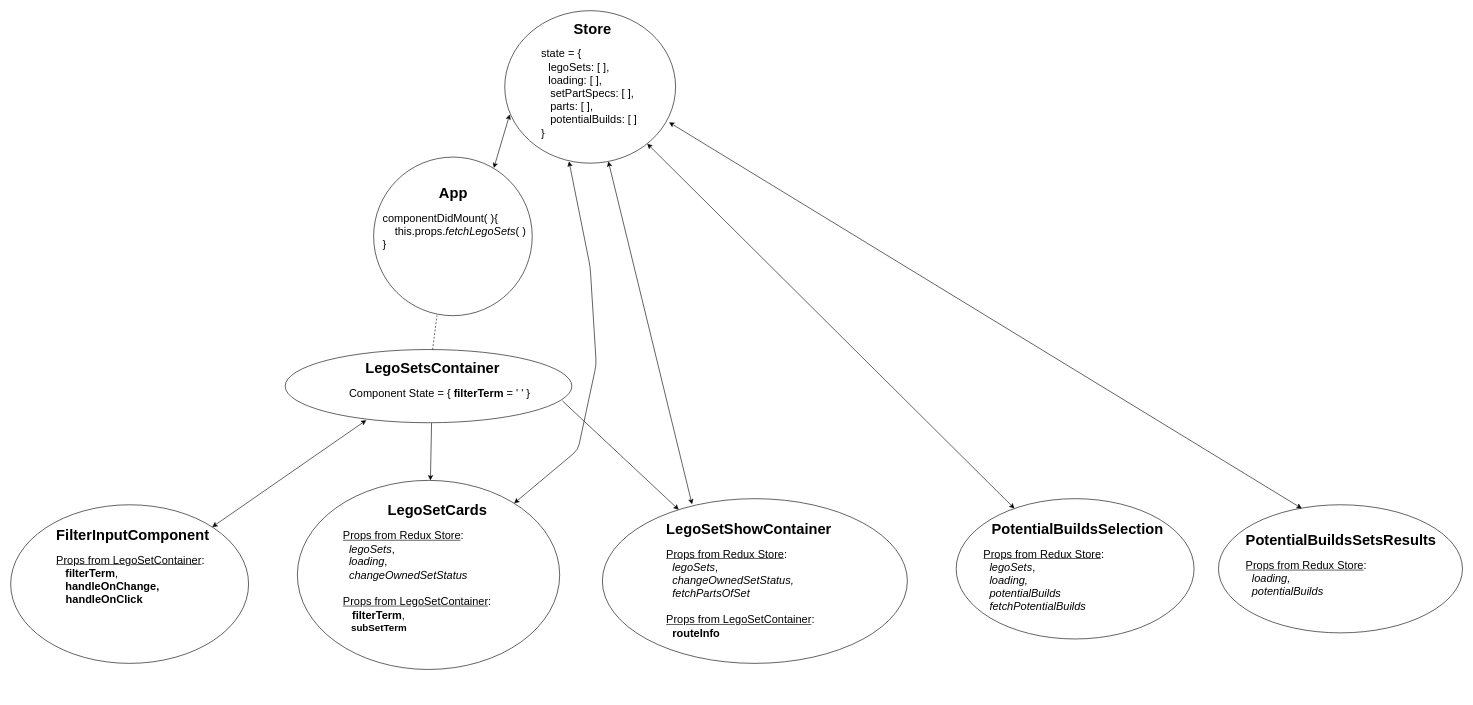
Above: StateTreeDiagram.drawio in DavidRMorphew/my-bricks-app-frontend (draw.io), before the change. Source tidied: cells renumbered, new cells numbered last; positions are measured from the earlier drawing's top-left corner, leaving out a move shared by most shapes. Both pictures are drawn from the tidied source at 61%, with x=0, y=0 at pixel (10, 10).
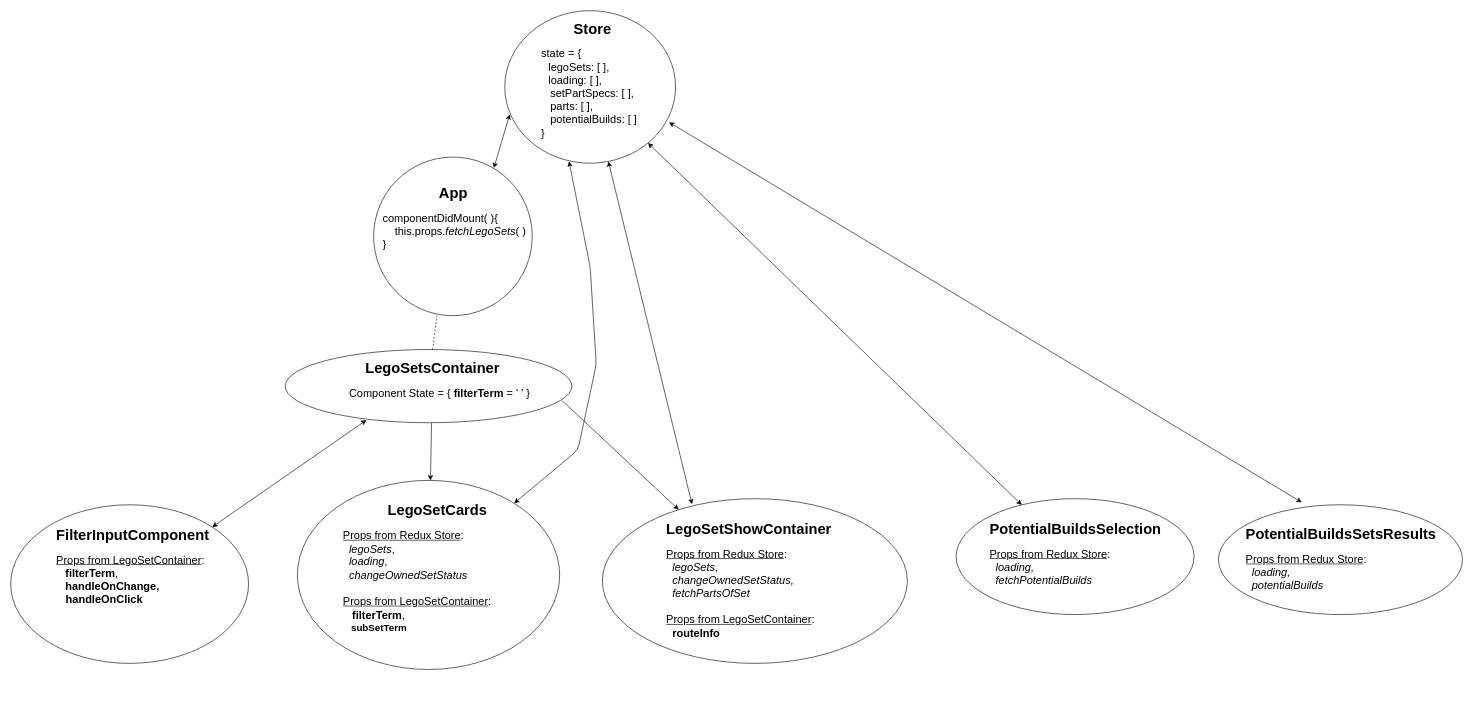
The same page after the edit.

Commit message:
StateTreeDiagram PotentialBuilds components updated

What changed in the source:
```diff
@@
     <mxCell id="21" style="ellipse;whiteSpace=wrap;html=1;" parent="1" vertex="1">
-      <mxGeometry x="1550" y="800" width="390" height="230" as="geometry" />
+      <mxGeometry x="1550" y="800" width="390" height="190" as="geometry" />
     </mxCell>
-    <mxCell id="22" value="&lt;h1&gt;&amp;nbsp; PotentialBuildsSelection&amp;nbsp;&lt;/h1&gt;&lt;h1&gt;&lt;div style=&quot;font-size: 12px ; font-weight: 400&quot;&gt;&lt;div&gt;&lt;font style=&quot;font-size: 18px&quot;&gt;&lt;u&gt;Props from Redux Store&lt;/u&gt;:&amp;nbsp;&lt;/font&gt;&lt;/div&gt;&lt;div&gt;&lt;font style=&quot;font-size: 18px&quot;&gt;&amp;nbsp;&amp;nbsp;&lt;i&gt;legoSets&lt;/i&gt;,&lt;/font&gt;&lt;/div&gt;&lt;div&gt;&lt;font style=&quot;font-size: 18px&quot;&gt;&amp;nbsp; &lt;i&gt;loading,&lt;/i&gt;&lt;/font&gt;&lt;/div&gt;&lt;/div&gt;&lt;div style=&quot;font-size: 12px ; font-weight: 400&quot;&gt;&lt;font style=&quot;font-size: 18px&quot;&gt;&amp;nbsp;&amp;nbsp;&lt;i&gt;potentialBuilds&lt;/i&gt;&lt;/font&gt;&lt;/div&gt;&lt;div style=&quot;font-size: 12px ; font-weight: 400&quot;&gt;&lt;font style=&quot;font-size: 18px&quot;&gt;&lt;i&gt;&amp;nbsp; fetchPotentialBuilds&lt;/i&gt;&lt;/font&gt;&lt;/div&gt;&lt;/h1&gt;&lt;div&gt;&lt;span style=&quot;font-size: 18px ; font-weight: normal&quot;&gt;&lt;br&gt;&lt;/span&gt;&lt;/div&gt;&lt;div&gt;&lt;span style=&quot;font-size: 18px ; font-weight: normal&quot;&gt;&lt;br&gt;&lt;/span&gt;&lt;/div&gt;" style="text;html=1;strokeColor=none;fillColor=none;spacing=5;spacingTop=-20;whiteSpace=wrap;overflow=hidden;rounded=0;" parent="1" vertex="1">
-      <mxGeometry x="1590" y="830" width="320" height="250" as="geometry" />
+    <mxCell id="22" value="&lt;h1&gt;PotentialBuildsSelection&amp;nbsp;&lt;/h1&gt;&lt;h1&gt;&lt;div style=&quot;font-size: 12px ; font-weight: 400&quot;&gt;&lt;div&gt;&lt;font style=&quot;font-size: 18px&quot;&gt;&lt;u&gt;Props from Redux Store&lt;/u&gt;:&amp;nbsp;&lt;/font&gt;&lt;/div&gt;&lt;div&gt;&lt;font style=&quot;font-size: 18px&quot;&gt;&amp;nbsp; &lt;i&gt;loading,&lt;/i&gt;&lt;/font&gt;&lt;/div&gt;&lt;/div&gt;&lt;div style=&quot;font-size: 12px ; font-weight: 400&quot;&gt;&lt;font style=&quot;font-size: 18px&quot;&gt;&amp;nbsp;&lt;/font&gt;&lt;i style=&quot;font-size: 18px&quot;&gt;&amp;nbsp;fetchPotentialBuilds&lt;/i&gt;&lt;/div&gt;&lt;/h1&gt;&lt;div&gt;&lt;span style=&quot;font-size: 18px ; font-weight: normal&quot;&gt;&lt;br&gt;&lt;/span&gt;&lt;/div&gt;&lt;div&gt;&lt;span style=&quot;font-size: 18px ; font-weight: normal&quot;&gt;&lt;br&gt;&lt;/span&gt;&lt;/div&gt;" style="text;html=1;strokeColor=none;fillColor=none;spacing=5;spacingTop=-20;whiteSpace=wrap;overflow=hidden;rounded=0;" parent="1" vertex="1">
+      <mxGeometry x="1600" y="830" width="320" height="130" as="geometry" />
     </mxCell>
@@
     <mxCell id="24" style="ellipse;whiteSpace=wrap;html=1;" parent="1" vertex="1">
-      <mxGeometry x="1980" y="810" width="400" height="210" as="geometry" />
+      <mxGeometry x="1980" y="810" width="400" height="180" as="geometry" />
     </mxCell>
     <mxCell id="25" value="&lt;h1&gt;&amp;nbsp; PotentialBuildsSetsResults&amp;nbsp;&lt;/h1&gt;&lt;h1&gt;&lt;div style=&quot;font-size: 12px ; font-weight: 400&quot;&gt;&lt;div&gt;&lt;font style=&quot;font-size: 18px&quot;&gt;&lt;u&gt;Props from Redux Store&lt;/u&gt;:&amp;nbsp;&lt;/font&gt;&lt;/div&gt;&lt;div&gt;&lt;font style=&quot;font-size: 18px&quot;&gt;&amp;nbsp;&amp;nbsp;&lt;/font&gt;&lt;i style=&quot;font-size: 18px&quot;&gt;loading,&lt;/i&gt;&lt;/div&gt;&lt;/div&gt;&lt;div style=&quot;font-size: 12px ; font-weight: 400&quot;&gt;&lt;font style=&quot;font-size: 18px&quot;&gt;&amp;nbsp;&amp;nbsp;&lt;i&gt;potentialBuilds&lt;/i&gt;&lt;/font&gt;&lt;/div&gt;&lt;/h1&gt;&lt;div&gt;&lt;span style=&quot;font-size: 18px ; font-weight: normal&quot;&gt;&lt;br&gt;&lt;/span&gt;&lt;/div&gt;&lt;div&gt;&lt;span style=&quot;font-size: 18px ; font-weight: normal&quot;&gt;&lt;br&gt;&lt;/span&gt;&lt;/div&gt;" style="text;html=1;strokeColor=none;fillColor=none;spacing=5;spacingTop=-20;whiteSpace=wrap;overflow=hidden;rounded=0;" parent="1" vertex="1">
-      <mxGeometry x="2020" y="820" width="340" height="160" as="geometry" />
+      <mxGeometry x="2020" y="810" width="340" height="160" as="geometry" />
     </mxCell>
@@
+    <mxCell id="27" style="edgeStyle=orthogonalEdgeStyle;rounded=0;orthogonalLoop=1;jettySize=auto;html=1;exitX=0.5;exitY=1;exitDx=0;exitDy=0;" parent="1" edge="1" source="24" target="24">
+      <mxGeometry relative="1" as="geometry" />
+    </mxCell>
```
